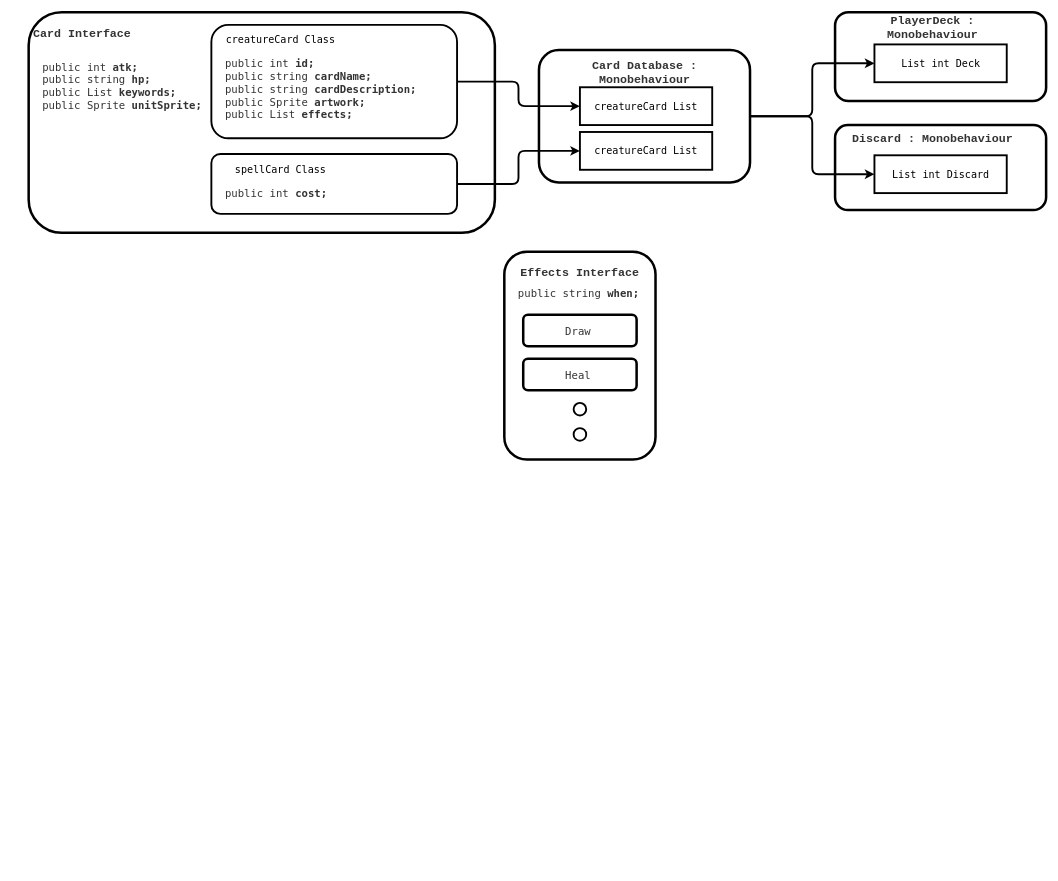
brunomesqu/drawio keeps this draw.io diagram as Untitled Diagram.drawio. Above is the earlier version. Source tidied: cells renumbered, new cells numbered last; positions are measured from the earlier drawing's top-left corner, leaving out a move shared by most shapes. Both pictures are drawn from the tidied source at 63%, with x=0, y=0 at pixel (25, 12).
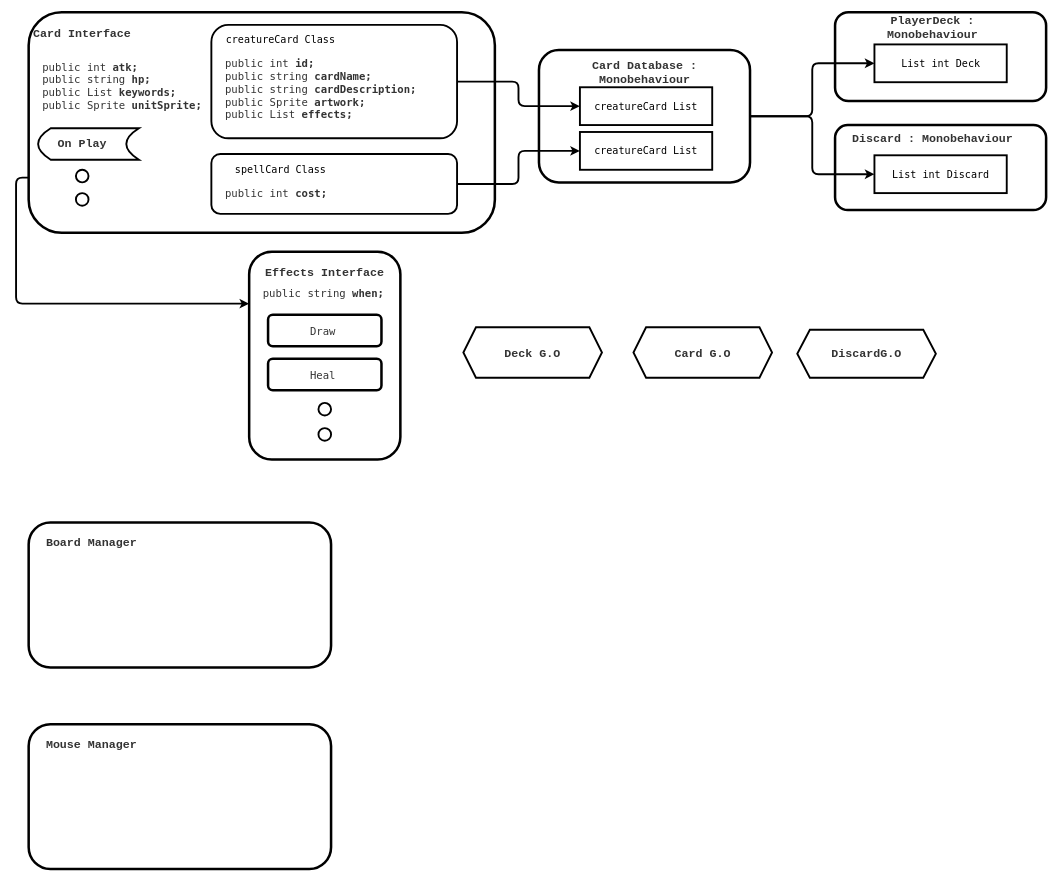
Above is the later version.

Unchanged cells that the change refers to:
```xml
<mxCell id="2" style="rounded=1;whiteSpace=wrap;html=1;strokeWidth=4;" parent="1" vertex="1">
  <mxGeometry x="5" width="740" height="350" as="geometry" />
</mxCell>
<mxCell id="26" style="rounded=1;whiteSpace=wrap;html=1;strokeWidth=4;" parent="25" vertex="1">
  <mxGeometry x="25" width="240" height="330" as="geometry" />
</mxCell>
```

Change to the diagram source:
```diff
@@
     <mxCell id="25" style="group;" parent="1" vertex="1">
-      <mxGeometry x="735" y="380" width="290" height="330" as="geometry" />
+      <mxGeometry x="330" y="380" width="290" height="330" as="geometry" />
     </mxCell>
@@
+    <mxCell id="35" style="rounded=1;whiteSpace=wrap;html=1;strokeWidth=4;" parent="1" vertex="1">
+      <mxGeometry x="5" y="810" width="480" height="230" as="geometry" />
+    </mxCell>
+    <mxCell id="36" value="Board Manager" style="html=1;overflow=block;blockSpacing=1;whiteSpace=wrap;fontSize=18.5;fontFamily=Liberation Mono;fontColor=#333333;fontStyle=1;align=center;spacing=3.8;strokeOpacity=0;fillOpacity=0;rounded=1;absoluteArcSize=1;arcSize=12;fillColor=#ffffff;strokeWidth=0.8;" parent="1" vertex="1">
+      <mxGeometry x="15" y="820" width="180" height="48" as="geometry" />
+    </mxCell>
+    <mxCell id="37" style="rounded=1;whiteSpace=wrap;html=1;strokeWidth=4;" parent="1" vertex="1">
+      <mxGeometry x="5" y="1130" width="480" height="230" as="geometry" />
+    </mxCell>
+    <mxCell id="38" value="Mouse Manager" style="html=1;overflow=block;blockSpacing=1;whiteSpace=wrap;fontSize=18.5;fontFamily=Liberation Mono;fontColor=#333333;fontStyle=1;align=center;spacing=3.8;strokeOpacity=0;fillOpacity=0;rounded=1;absoluteArcSize=1;arcSize=12;fillColor=#ffffff;strokeWidth=0.8;" parent="1" vertex="1">
+      <mxGeometry x="15" y="1140" width="180" height="48" as="geometry" />
+    </mxCell>
+    <mxCell id="39" style="edgeStyle=orthogonalEdgeStyle;rounded=1;jettySize=auto;html=1;exitX=0;exitY=0.75;exitDx=0;exitDy=0;entryX=0;entryY=0.25;entryDx=0;entryDy=0;fontFamily=Lucida Console;fontSize=16;strokeWidth=3;" parent="1" edge="1" source="2" target="26">
+      <mxGeometry relative="1" as="geometry" />
+    </mxCell>
+    <mxCell id="40" style="shape=hexagon;perimeter=hexagonPerimeter2;whiteSpace=wrap;html=1;fixedSize=1;fontFamily=Lucida Console;fontSize=16;strokeWidth=3;" parent="1" vertex="1">
+      <mxGeometry x="965" y="500" width="220" height="80" as="geometry" />
+    </mxCell>
+    <mxCell id="41" value="Card G.O" style="html=1;overflow=block;blockSpacing=1;whiteSpace=wrap;fontSize=18.5;fontFamily=Liberation Mono;fontColor=#333333;fontStyle=1;align=center;spacing=3.8;strokeOpacity=0;fillOpacity=0;rounded=1;absoluteArcSize=1;arcSize=12;fillColor=#ffffff;strokeWidth=0.8;" parent="1" vertex="1">
+      <mxGeometry x="985" y="520" width="180" height="48" as="geometry" />
+    </mxCell>
+    <mxCell id="42" style="shape=hexagon;perimeter=hexagonPerimeter2;whiteSpace=wrap;html=1;fixedSize=1;fontFamily=Lucida Console;fontSize=16;strokeWidth=3;" parent="1" vertex="1">
+      <mxGeometry x="1225" y="504" width="220" height="76" as="geometry" />
+    </mxCell>
+    <mxCell id="43" value="DiscardG.O" style="html=1;overflow=block;blockSpacing=1;whiteSpace=wrap;fontSize=18.5;fontFamily=Liberation Mono;fontColor=#333333;fontStyle=1;align=center;spacing=3.8;strokeOpacity=0;fillOpacity=0;rounded=1;absoluteArcSize=1;arcSize=12;fillColor=#ffffff;strokeWidth=0.8;" parent="1" vertex="1">
+      <mxGeometry x="1245" y="520" width="180" height="48" as="geometry" />
+    </mxCell>
+    <mxCell id="44" style="shape=hexagon;perimeter=hexagonPerimeter2;whiteSpace=wrap;html=1;fixedSize=1;fontFamily=Lucida Console;fontSize=16;strokeWidth=3;" parent="1" vertex="1">
+      <mxGeometry x="695" y="500" width="220" height="80" as="geometry" />
+    </mxCell>
+    <mxCell id="45" value="Deck G.O" style="html=1;overflow=block;blockSpacing=1;whiteSpace=wrap;fontSize=18.5;fontFamily=Liberation Mono;fontColor=#333333;fontStyle=1;align=center;spacing=3.8;strokeOpacity=0;fillOpacity=0;rounded=1;absoluteArcSize=1;arcSize=12;fillColor=#ffffff;strokeWidth=0.8;" parent="1" vertex="1">
+      <mxGeometry x="715" y="520" width="180" height="48" as="geometry" />
+    </mxCell>
+    <mxCell id="46" style="group;" parent="1" vertex="1">
+      <mxGeometry y="184" width="180" height="50" as="geometry" />
+    </mxCell>
+    <mxCell id="47" style="shape=dataStorage;whiteSpace=wrap;html=1;fixedSize=1;fontFamily=Lucida Console;fontSize=16;strokeWidth=3;" parent="46" vertex="1">
+      <mxGeometry x="20" width="160" height="50" as="geometry" />
+    </mxCell>
+    <mxCell id="48" value="On Play" style="html=1;overflow=block;blockSpacing=1;whiteSpace=wrap;fontSize=18.5;fontFamily=Liberation Mono;fontColor=#333333;fontStyle=1;align=center;spacing=3.8;strokeOpacity=0;fillOpacity=0;rounded=1;absoluteArcSize=1;arcSize=12;fillColor=#ffffff;strokeWidth=0.8;" parent="46" vertex="1">
+      <mxGeometry y="2" width="180" height="48" as="geometry" />
+    </mxCell>
+    <mxCell id="49" style="ellipse;whiteSpace=wrap;html=1;fontFamily=Lucida Console;fontSize=16;strokeWidth=3;" parent="1" vertex="1">
+      <mxGeometry x="80" y="250" width="20" height="20" as="geometry" />
+    </mxCell>
+    <mxCell id="50" style="ellipse;whiteSpace=wrap;html=1;fontFamily=Lucida Console;fontSize=16;strokeWidth=3;" parent="1" vertex="1">
+      <mxGeometry x="80" y="287" width="20" height="20" as="geometry" />
+    </mxCell>
```
